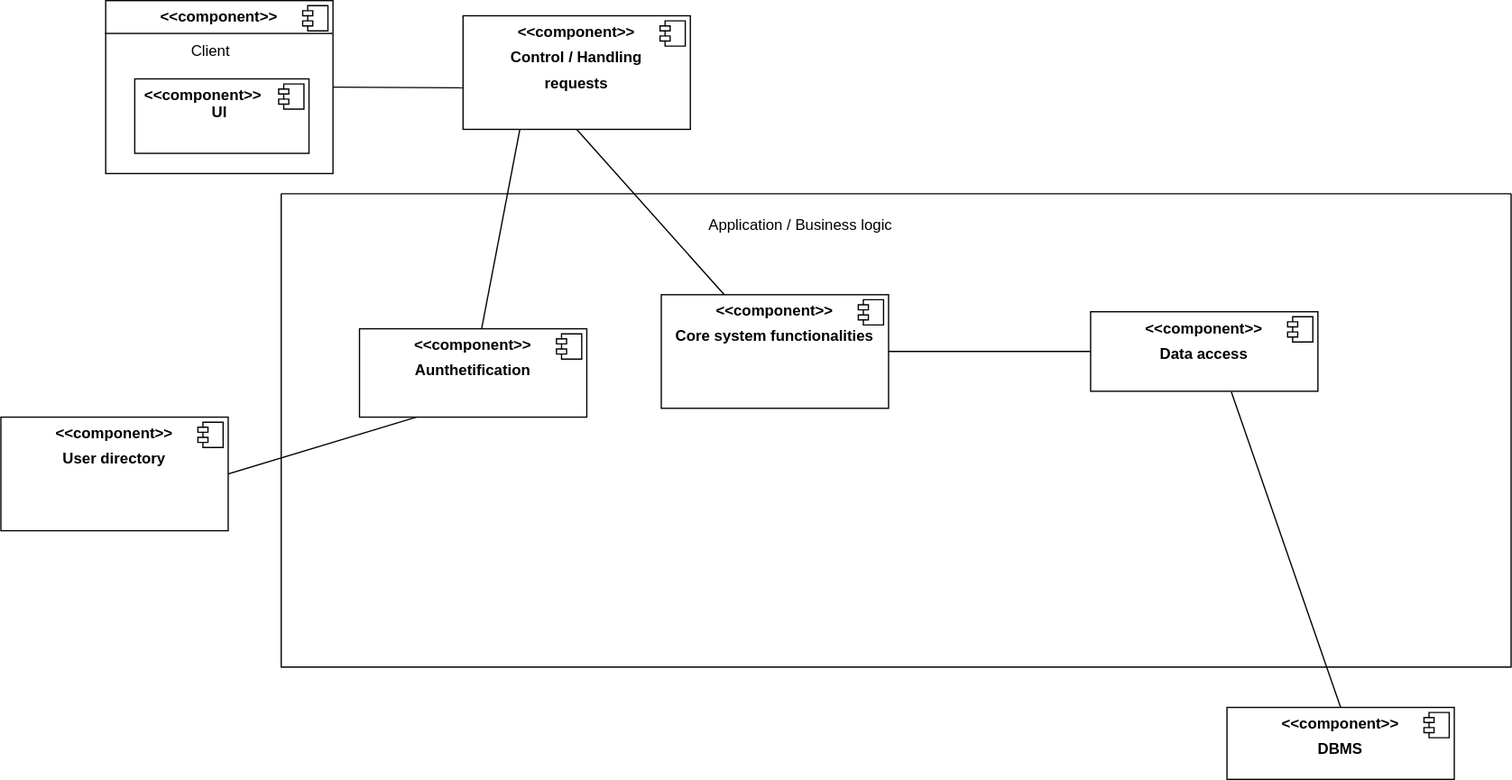
Before: ComponentDiagram.svg, a diagram exported from draw.io (Thomaskald/DistributedSystems). Source tidied: cells renumbered, new cells last; positions are measured from the earlier drawing's top-left corner, leaving out a move shared by most shapes. Its diagram source:
```xml
<mxGraphModel background="#ffffff">
  <root>
    <mxCell id="0" />
    <mxCell id="1" parent="0" />
    <mxCell id="2" value="&lt;p style=&quot;margin:0px;margin-top:6px;text-align:center;&quot;&gt;&lt;b&gt;&amp;lt;&amp;lt;component&amp;gt;&amp;gt;&lt;/b&gt;&lt;/p&gt;&lt;p style=&quot;margin:0px;margin-top:6px;text-align:center;&quot;&gt;&lt;b&gt;Control / Handling&lt;/b&gt;&lt;/p&gt;&lt;p style=&quot;margin:0px;margin-top:6px;text-align:center;&quot;&gt;&lt;b&gt;requests&lt;/b&gt;&lt;/p&gt;" style="align=left;overflow=fill;html=1;whiteSpace=wrap;" parent="1" vertex="1">
      <mxGeometry x="366" y="12" width="180" height="90" as="geometry" />
    </mxCell>
    <mxCell id="3" style="shape=component;jettyWidth=8;jettyHeight=4;" parent="2" vertex="1">
      <mxGeometry x="1" width="20" height="20" relative="1" as="geometry">
        <mxPoint x="-24" y="4" as="offset" />
      </mxGeometry>
    </mxCell>
    <mxCell id="4" style="endArrow=none;html=1;rounded=0;exitX=1;exitY=0.5;exitDx=0;exitDy=0;entryX=0.003;entryY=0.634;entryDx=0;entryDy=0;entryPerimeter=0;" parent="1" edge="1" source="23" target="2">
      <mxGeometry relative="1" as="geometry" />
    </mxCell>
    <mxCell id="5" style="swimlane;startSize=0;" parent="1" vertex="1">
      <mxGeometry x="222" y="153" width="974" height="375" as="geometry" />
    </mxCell>
    <mxCell id="6" value="&lt;p style=&quot;margin:0px;margin-top:6px;text-align:center;&quot;&gt;&lt;b&gt;&amp;lt;&amp;lt;component&amp;gt;&amp;gt;&lt;/b&gt;&lt;/p&gt;&lt;p style=&quot;margin:0px;margin-top:6px;text-align:center;&quot;&gt;&lt;b&gt;Core system functionalities&lt;/b&gt;&lt;/p&gt;" style="align=left;overflow=fill;html=1;whiteSpace=wrap;" parent="5" vertex="1">
      <mxGeometry x="301" y="80" width="180" height="90" as="geometry" />
    </mxCell>
    <mxCell id="7" style="shape=component;jettyWidth=8;jettyHeight=4;" parent="6" vertex="1">
      <mxGeometry x="1" width="20" height="20" relative="1" as="geometry">
        <mxPoint x="-24" y="4" as="offset" />
      </mxGeometry>
    </mxCell>
    <mxCell id="8" value="&lt;p style=&quot;margin:0px;margin-top:6px;text-align:center;&quot;&gt;&lt;b&gt;&amp;lt;&amp;lt;component&amp;gt;&amp;gt;&lt;/b&gt;&lt;/p&gt;&lt;p style=&quot;margin:0px;margin-top:6px;text-align:center;&quot;&gt;&lt;b&gt;Data access&lt;/b&gt;&lt;/p&gt;" style="align=left;overflow=fill;html=1;whiteSpace=wrap;" parent="5" vertex="1">
      <mxGeometry x="641" y="93.5" width="180" height="63" as="geometry" />
    </mxCell>
    <mxCell id="9" style="shape=component;jettyWidth=8;jettyHeight=4;" parent="8" vertex="1">
      <mxGeometry x="1" width="20" height="20" relative="1" as="geometry">
        <mxPoint x="-24" y="4" as="offset" />
      </mxGeometry>
    </mxCell>
    <mxCell id="10" style="endArrow=none;html=1;rounded=0;entryX=0;entryY=0.5;entryDx=0;entryDy=0;exitX=1;exitY=0.5;exitDx=0;exitDy=0;" parent="5" edge="1" source="6" target="8">
      <mxGeometry relative="1" as="geometry" />
    </mxCell>
    <mxCell id="11" value="&lt;p style=&quot;margin:0px;margin-top:6px;text-align:center;&quot;&gt;&lt;b&gt;&amp;lt;&amp;lt;component&amp;gt;&amp;gt;&lt;/b&gt;&lt;/p&gt;&lt;p style=&quot;margin:0px;margin-top:6px;text-align:center;&quot;&gt;&lt;b&gt;Aunthetification&lt;/b&gt;&lt;/p&gt;" style="align=left;overflow=fill;html=1;whiteSpace=wrap;" parent="5" vertex="1">
      <mxGeometry x="62" y="107" width="180" height="70" as="geometry" />
    </mxCell>
    <mxCell id="12" style="shape=component;jettyWidth=8;jettyHeight=4;" parent="11" vertex="1">
      <mxGeometry x="1" width="20" height="20" relative="1" as="geometry">
        <mxPoint x="-24" y="4" as="offset" />
      </mxGeometry>
    </mxCell>
    <mxCell id="13" value="Application / Business logic" style="text;html=1;align=center;verticalAlign=middle;strokeColor=none;fillColor=none;" parent="5" vertex="1">
      <mxGeometry x="329" y="12" width="163" height="26" as="geometry" />
    </mxCell>
    <mxCell id="14" style="endArrow=none;html=1;rounded=0;exitX=0.5;exitY=1;exitDx=0;exitDy=0;" parent="1" edge="1" source="2" target="6">
      <mxGeometry relative="1" as="geometry" />
    </mxCell>
    <mxCell id="15" style="endArrow=none;html=1;rounded=0;entryX=0.25;entryY=1;entryDx=0;entryDy=0;" parent="1" edge="1" source="11" target="2">
      <mxGeometry relative="1" as="geometry" />
    </mxCell>
    <mxCell id="16" value="&lt;p style=&quot;margin:0px;margin-top:6px;text-align:center;&quot;&gt;&lt;b&gt;&amp;lt;&amp;lt;component&amp;gt;&amp;gt;&lt;/b&gt;&lt;/p&gt;&lt;p style=&quot;margin:0px;margin-top:6px;text-align:center;&quot;&gt;&lt;b&gt;User directory&lt;/b&gt;&lt;/p&gt;" style="align=left;overflow=fill;html=1;whiteSpace=wrap;" parent="1" vertex="1">
      <mxGeometry y="330" width="180" height="90" as="geometry" />
    </mxCell>
    <mxCell id="17" style="shape=component;jettyWidth=8;jettyHeight=4;" parent="16" vertex="1">
      <mxGeometry x="1" width="20" height="20" relative="1" as="geometry">
        <mxPoint x="-24" y="4" as="offset" />
      </mxGeometry>
    </mxCell>
    <mxCell id="18" style="endArrow=none;html=1;rounded=0;exitX=1;exitY=0.5;exitDx=0;exitDy=0;entryX=0.25;entryY=1;entryDx=0;entryDy=0;" parent="1" edge="1" source="16" target="11">
      <mxGeometry relative="1" as="geometry" />
    </mxCell>
    <mxCell id="19" value="&lt;p style=&quot;margin:0px;margin-top:6px;text-align:center;&quot;&gt;&lt;b&gt;&amp;lt;&amp;lt;component&amp;gt;&amp;gt;&lt;/b&gt;&lt;/p&gt;&lt;p style=&quot;margin:0px;margin-top:6px;text-align:center;&quot;&gt;&lt;b&gt;DBMS&lt;/b&gt;&lt;/p&gt;" style="align=left;overflow=fill;html=1;whiteSpace=wrap;" parent="1" vertex="1">
      <mxGeometry x="971" y="560" width="180" height="57" as="geometry" />
    </mxCell>
    <mxCell id="20" style="shape=component;jettyWidth=8;jettyHeight=4;" parent="19" vertex="1">
      <mxGeometry x="1" width="20" height="20" relative="1" as="geometry">
        <mxPoint x="-24" y="4" as="offset" />
      </mxGeometry>
    </mxCell>
    <mxCell id="21" style="endArrow=none;html=1;rounded=0;exitX=0.5;exitY=0;exitDx=0;exitDy=0;entryX=0.619;entryY=1.006;entryDx=0;entryDy=0;entryPerimeter=0;" parent="1" edge="1" source="19" target="8">
      <mxGeometry relative="1" as="geometry" />
    </mxCell>
    <mxCell id="22" style="group;" parent="1" vertex="1">
      <mxGeometry x="83" width="180" height="137" as="geometry" />
    </mxCell>
    <mxCell id="23" value="&lt;p style=&quot;margin:0px;margin-top:6px;text-align:center;&quot;&gt;&lt;b&gt;&amp;lt;&amp;lt;component&amp;gt;&amp;gt;&lt;/b&gt;&lt;/p&gt;&lt;hr size=&quot;1&quot; style=&quot;border-style:solid;&quot;&gt;&lt;p style=&quot;margin:0px;margin-left:8px;&quot;&gt;&lt;span style=&quot;white-space: pre;&quot;&gt;&#9;&lt;span style=&quot;white-space: pre;&quot;&gt;&#9;  &lt;/span&gt;&lt;/span&gt;Client&lt;/p&gt;" style="align=left;overflow=fill;html=1;whiteSpace=wrap;" parent="22" vertex="1">
      <mxGeometry width="180" height="137" as="geometry" />
    </mxCell>
    <mxCell id="24" style="shape=component;jettyWidth=8;jettyHeight=4;" parent="23" vertex="1">
      <mxGeometry x="1" width="20" height="20" relative="1" as="geometry">
        <mxPoint x="-24" y="4" as="offset" />
      </mxGeometry>
    </mxCell>
    <mxCell id="25" value="&lt;p style=&quot;margin:0px;margin-top:6px;text-align:center;&quot;&gt;&lt;/p&gt;&lt;p style=&quot;margin:0px;margin-left:8px;&quot;&gt;&lt;b&gt;&amp;lt;&amp;lt;component&amp;gt;&amp;gt;&lt;/b&gt;&lt;/p&gt;&lt;p style=&quot;margin:0px;margin-left:8px;&quot;&gt;&lt;b&gt;&lt;span style=&quot;white-space: pre;&quot;&gt;&#9;&lt;/span&gt;&lt;span style=&quot;white-space: pre;&quot;&gt;&#9;&lt;/span&gt;UI&lt;br&gt;&lt;/b&gt;&lt;/p&gt;" style="align=left;overflow=fill;html=1;whiteSpace=wrap;" parent="22" vertex="1">
      <mxGeometry x="23" y="62" width="138" height="59" as="geometry" />
    </mxCell>
    <mxCell id="26" style="shape=component;jettyWidth=8;jettyHeight=4;" parent="25" vertex="1">
      <mxGeometry x="1" width="20" height="20" relative="1" as="geometry">
        <mxPoint x="-24" y="4" as="offset" />
      </mxGeometry>
    </mxCell>
  </root>
</mxGraphModel>
```
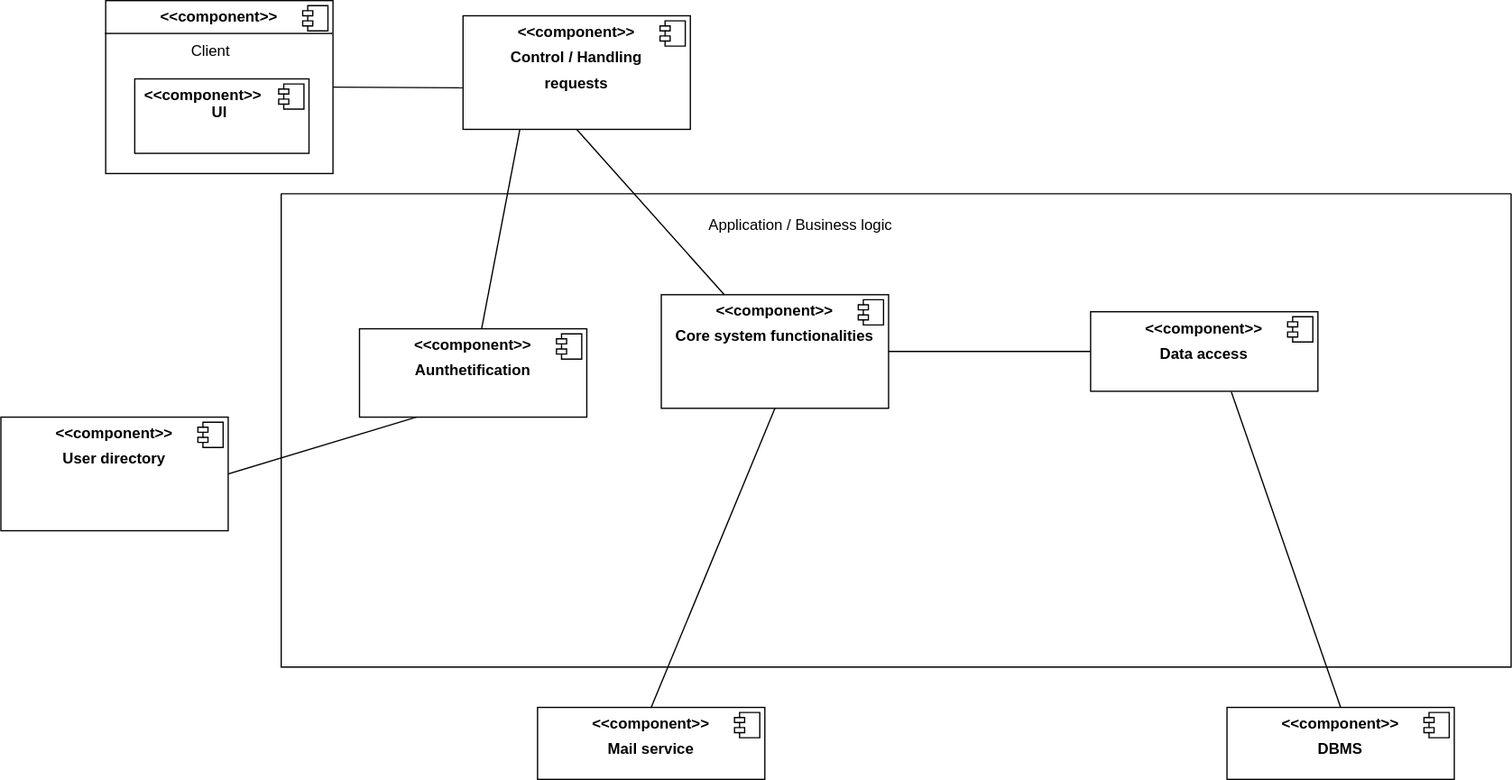
The same diagram one commit later.

Diff of the diagram source:
```diff
@@ -93,5 +93,16 @@
         <mxPoint x="-24" y="4" as="offset" />
       </mxGeometry>
     </mxCell>
+    <mxCell id="27" value="&lt;p style=&quot;margin:0px;margin-top:6px;text-align:center;&quot;&gt;&lt;b&gt;&amp;lt;&amp;lt;component&amp;gt;&amp;gt;&lt;/b&gt;&lt;/p&gt;&lt;p style=&quot;margin:0px;margin-top:6px;text-align:center;&quot;&gt;&lt;b&gt;Mail service&lt;/b&gt;&lt;/p&gt;" style="align=left;overflow=fill;html=1;whiteSpace=wrap;" parent="1" vertex="1">
+      <mxGeometry x="425" y="560" width="180" height="57" as="geometry" />
+    </mxCell>
+    <mxCell id="28" style="shape=component;jettyWidth=8;jettyHeight=4;" parent="27" vertex="1">
+      <mxGeometry x="1" width="20" height="20" relative="1" as="geometry">
+        <mxPoint x="-24" y="4" as="offset" />
+      </mxGeometry>
+    </mxCell>
+    <mxCell id="29" style="endArrow=none;html=1;rounded=0;exitX=0.5;exitY=0;exitDx=0;exitDy=0;entryX=0.5;entryY=1;entryDx=0;entryDy=0;" parent="1" edge="1" source="27" target="6">
+      <mxGeometry relative="1" as="geometry" />
+    </mxCell>
   </root>
 </mxGraphModel>
```
